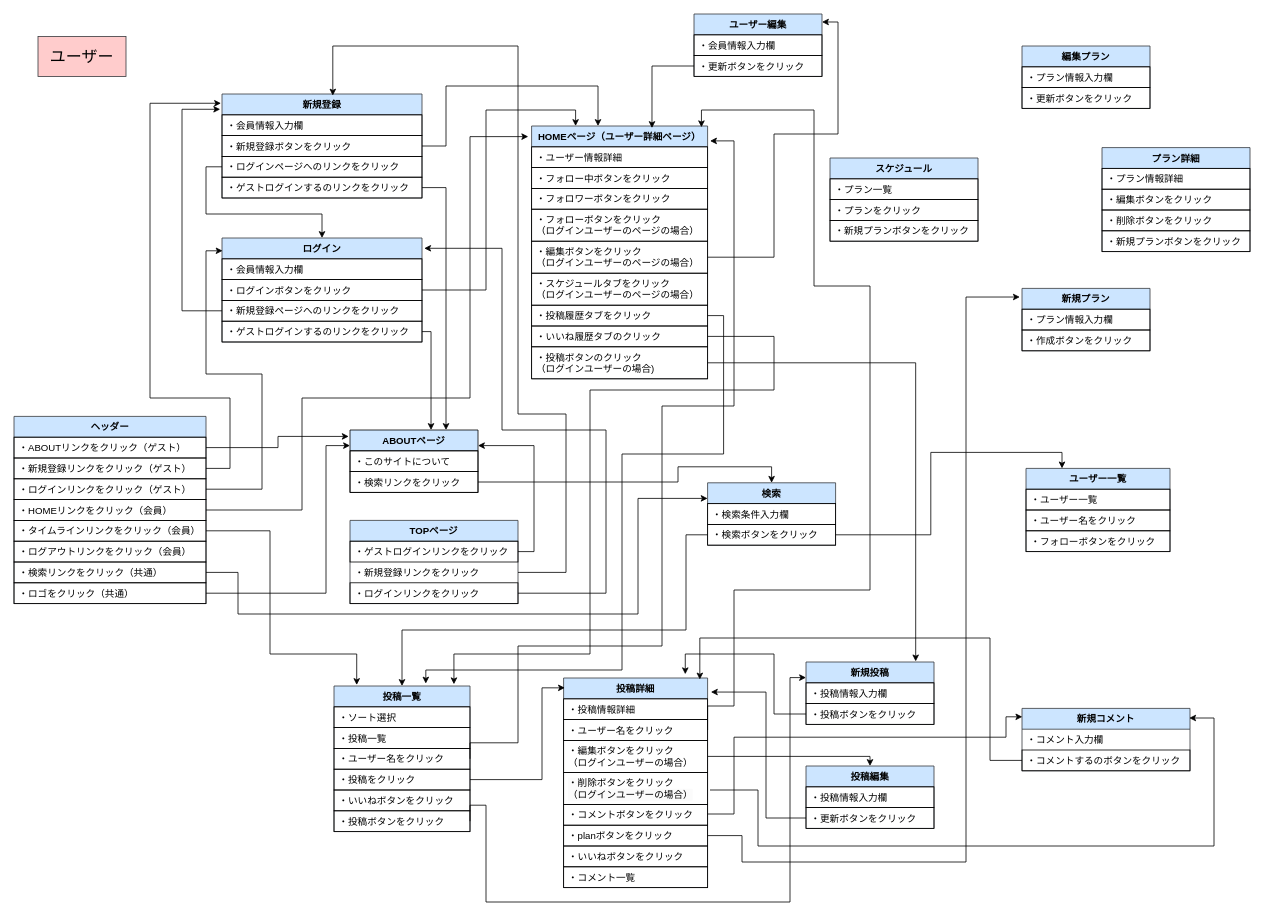
Earlier version of the draw.io diagram page "user" (1 of 2) of ui_flows.drawio (JunkiYuasa/trip_planning). Source tidied: cells renumbered, new cells numbered last; positions are measured from the earlier drawing's top-left corner, leaving out a move shared by most shapes. Both pictures are drawn from the tidied source at 80%, with x=0, y=0 at pixel (14, 14).
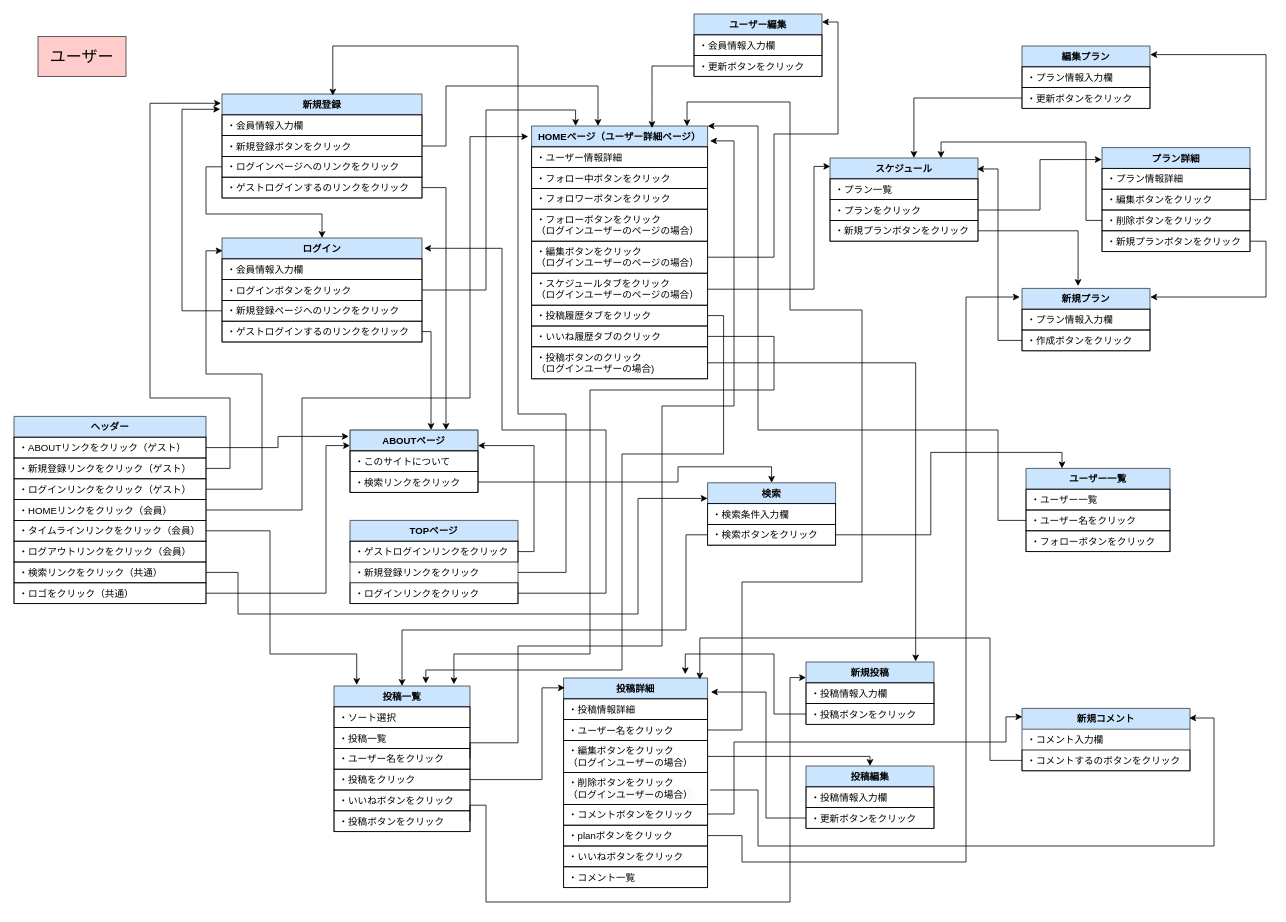
The same page after the edit.

Commit message (it also covers changes not shown here):
ui_flows.drawio を更新します

Unchanged cells that the change refers to:
```xml
<mxCell id="29" value="HOMEページ（ユーザー詳細ページ）" style="swimlane;fontStyle=1;align=center;verticalAlign=top;horizontal=1;startSize=26;whiteSpace=wrap;html=1;strokeColor=#36393d;spacingLeft=4;spacingRight=4;fontFamily=Helvetica;fontSize=12;fillColor=#cce5ff;" parent="1" vertex="1">
  <mxGeometry x="647" y="140" width="220" height="316" as="geometry" />
</mxCell>
<mxCell id="35" value="・スケジュールタブをクリック&lt;div&gt;（ログインユーザーのページの場合）&lt;br&gt;&lt;/div&gt;" style="text;strokeColor=default;fillColor=none;align=left;verticalAlign=top;spacingLeft=4;spacingRight=4;overflow=hidden;points=[[0,0.5],[1,0.5]];portConstraint=eastwest;whiteSpace=wrap;html=1;fontFamily=Helvetica;fontSize=12;fontColor=default;" parent="29" vertex="1">
  <mxGeometry y="184" width="220" height="40" as="geometry" />
</mxCell>
<mxCell id="48" value="・ユーザー名をクリック" style="text;strokeColor=default;fillColor=none;align=left;verticalAlign=top;spacingLeft=4;spacingRight=4;overflow=hidden;points=[[0,0.5],[1,0.5]];portConstraint=eastwest;whiteSpace=wrap;html=1;fontFamily=Helvetica;fontSize=12;fontColor=default;" parent="46" vertex="1">
  <mxGeometry y="52" width="180" height="26" as="geometry" />
</mxCell>
<mxCell id="63" value="・ユーザー名をクリック" style="text;strokeColor=default;fillColor=none;align=left;verticalAlign=top;spacingLeft=4;spacingRight=4;overflow=hidden;points=[[0,0.5],[1,0.5]];portConstraint=eastwest;whiteSpace=wrap;html=1;fontFamily=Helvetica;fontSize=12;fontColor=default;" parent="61" vertex="1">
  <mxGeometry y="52" width="180" height="26" as="geometry" />
</mxCell>
<mxCell id="68" value="スケジュール" style="swimlane;fontStyle=1;align=center;verticalAlign=top;horizontal=1;startSize=26;whiteSpace=wrap;html=1;strokeColor=#36393d;spacingLeft=4;spacingRight=4;fontFamily=Helvetica;fontSize=12;fillColor=#cce5ff;" parent="1" vertex="1">
  <mxGeometry x="1020" y="180" width="185" height="104" as="geometry" />
</mxCell>
<mxCell id="70" value="・プランをクリック" style="text;strokeColor=default;fillColor=none;align=left;verticalAlign=top;spacingLeft=4;spacingRight=4;overflow=hidden;points=[[0,0.5],[1,0.5]];portConstraint=eastwest;whiteSpace=wrap;html=1;fontFamily=Helvetica;fontSize=12;fontColor=default;" parent="68" vertex="1">
  <mxGeometry y="52" width="185" height="26" as="geometry" />
</mxCell>
<mxCell id="71" value="・新規プランボタンをクリック" style="text;strokeColor=default;fillColor=none;align=left;verticalAlign=top;spacingLeft=4;spacingRight=4;overflow=hidden;points=[[0,0.5],[1,0.5]];portConstraint=eastwest;whiteSpace=wrap;html=1;fontFamily=Helvetica;fontSize=12;fontColor=default;" parent="68" vertex="1">
  <mxGeometry y="78" width="185" height="26" as="geometry" />
</mxCell>
<mxCell id="72" value="編集プラン" style="swimlane;fontStyle=1;align=center;verticalAlign=top;horizontal=1;startSize=26;whiteSpace=wrap;html=1;strokeColor=#36393d;spacingLeft=4;spacingRight=4;fontFamily=Helvetica;fontSize=12;fillColor=#cce5ff;" parent="1" vertex="1">
  <mxGeometry x="1260" y="40" width="160" height="78" as="geometry" />
</mxCell>
<mxCell id="74" value="・更新ボタンをクリック" style="text;strokeColor=default;fillColor=none;align=left;verticalAlign=top;spacingLeft=4;spacingRight=4;overflow=hidden;points=[[0,0.5],[1,0.5]];portConstraint=eastwest;whiteSpace=wrap;html=1;fontFamily=Helvetica;fontSize=12;fontColor=default;" parent="72" vertex="1">
  <mxGeometry y="52" width="160" height="26" as="geometry" />
</mxCell>
<mxCell id="75" value="新規プラン" style="swimlane;fontStyle=1;align=center;verticalAlign=top;horizontal=1;startSize=26;whiteSpace=wrap;html=1;strokeColor=#36393d;spacingLeft=4;spacingRight=4;fontFamily=Helvetica;fontSize=12;fillColor=#cce5ff;" parent="1" vertex="1">
  <mxGeometry x="1260" y="343" width="160" height="78" as="geometry" />
</mxCell>
<mxCell id="77" value="・作成ボタンをクリック" style="text;strokeColor=default;fillColor=none;align=left;verticalAlign=top;spacingLeft=4;spacingRight=4;overflow=hidden;points=[[0,0.5],[1,0.5]];portConstraint=eastwest;whiteSpace=wrap;html=1;fontFamily=Helvetica;fontSize=12;fontColor=default;" parent="75" vertex="1">
  <mxGeometry y="52" width="160" height="26" as="geometry" />
</mxCell>
<mxCell id="78" value="プラン詳細" style="swimlane;fontStyle=1;align=center;verticalAlign=top;horizontal=1;startSize=26;whiteSpace=wrap;html=1;strokeColor=#36393d;spacingLeft=4;spacingRight=4;fontFamily=Helvetica;fontSize=12;fillColor=#cce5ff;" parent="1" vertex="1">
  <mxGeometry x="1360" y="167" width="185" height="130" as="geometry" />
</mxCell>
<mxCell id="80" value="・編集ボタンをクリック" style="text;strokeColor=default;fillColor=none;align=left;verticalAlign=top;spacingLeft=4;spacingRight=4;overflow=hidden;points=[[0,0.5],[1,0.5]];portConstraint=eastwest;whiteSpace=wrap;html=1;fontFamily=Helvetica;fontSize=12;fontColor=default;" parent="78" vertex="1">
  <mxGeometry y="52" width="185" height="26" as="geometry" />
</mxCell>
<mxCell id="81" value="・削除ボタンをクリック" style="text;strokeColor=default;fillColor=none;align=left;verticalAlign=top;spacingLeft=4;spacingRight=4;overflow=hidden;points=[[0,0.5],[1,0.5]];portConstraint=eastwest;whiteSpace=wrap;html=1;fontFamily=Helvetica;fontSize=12;fontColor=default;" parent="78" vertex="1">
  <mxGeometry y="78" width="185" height="26" as="geometry" />
</mxCell>
<mxCell id="82" value="・新規プランボタンをクリック" style="text;strokeColor=default;fillColor=none;align=left;verticalAlign=top;spacingLeft=4;spacingRight=4;overflow=hidden;points=[[0,0.5],[1,0.5]];portConstraint=eastwest;whiteSpace=wrap;html=1;fontFamily=Helvetica;fontSize=12;fontColor=default;" parent="78" vertex="1">
  <mxGeometry y="104" width="185" height="26" as="geometry" />
</mxCell>
<mxCell id="86" value="新規コメント" style="swimlane;fontStyle=1;align=center;verticalAlign=top;horizontal=1;startSize=26;whiteSpace=wrap;html=1;strokeColor=#36393d;spacingLeft=4;spacingRight=4;fontFamily=Helvetica;fontSize=12;fillColor=#cce5ff;" parent="1" vertex="1">
  <mxGeometry x="1260" y="868" width="210" height="78" as="geometry" />
</mxCell>
```

The edit, as a diff of the source:
```diff
@@
-    <mxCell id="107" style="edgeStyle=orthogonalEdgeStyle;rounded=0;jettySize=auto;html=1;exitX=1;exitY=0.5;exitDx=0;exitDy=0;entryX=0.965;entryY=0.005;entryDx=0;entryDy=0;entryPerimeter=0;" parent="1" edge="1" source="48" target="29">
-      <mxGeometry relative="1" as="geometry">
-        <Array as="points">
-          <mxPoint x="900" y="865" />
-          <mxPoint x="900" y="720" />
-          <mxPoint x="1070" y="720" />
-          <mxPoint x="1070" y="340" />
-          <mxPoint x="1000" y="340" />
-          <mxPoint x="1000" y="120" />
-          <mxPoint x="859" y="120" />
-        </Array>
-      </mxGeometry>
-    </mxCell>
@@
     <mxCell id="120" style="edgeStyle=orthogonalEdgeStyle;rounded=0;jettySize=auto;html=1;entryX=0.002;entryY=0.135;entryDx=0;entryDy=0;entryPerimeter=0;" parent="1" edge="1" target="86">
       <mxGeometry relative="1" as="geometry">
         <mxPoint x="867" y="1000" as="sourcePoint" />
         <Array as="points">
           <mxPoint x="900" y="1000" />
-          <mxPoint x="900" y="904" />
-          <mxPoint x="1240" y="904" />
+          <mxPoint x="900" y="910" />
+          <mxPoint x="1240" y="910" />
           <mxPoint x="1240" y="879" />
         </Array>
       </mxGeometry>
     </mxCell>
@@
+    <mxCell id="107" style="edgeStyle=orthogonalEdgeStyle;rounded=0;jettySize=auto;html=1;exitX=1;exitY=0.5;exitDx=0;exitDy=0;entryX=0.883;entryY=0.001;entryDx=0;entryDy=0;entryPerimeter=0;" parent="1" edge="1" source="48" target="29">
+      <mxGeometry relative="1" as="geometry">
+        <Array as="points">
+          <mxPoint x="910" y="895" />
+          <mxPoint x="910" y="710" />
+          <mxPoint x="1060" y="710" />
+          <mxPoint x="1060" y="370" />
+          <mxPoint x="970" y="370" />
+          <mxPoint x="970" y="110" />
+          <mxPoint x="841" y="110" />
+        </Array>
+      </mxGeometry>
+    </mxCell>
+    <mxCell id="124" style="edgeStyle=orthogonalEdgeStyle;rounded=0;jettySize=auto;html=1;exitX=0;exitY=0.5;exitDx=0;exitDy=0;entryX=1;entryY=0;entryDx=0;entryDy=0;" parent="1" edge="1" source="63" target="29">
+      <mxGeometry relative="1" as="geometry">
+        <Array as="points">
+          <mxPoint x="1230" y="633" />
+          <mxPoint x="1230" y="520" />
+          <mxPoint x="930" y="520" />
+          <mxPoint x="930" y="140" />
+        </Array>
+      </mxGeometry>
+    </mxCell>
+    <mxCell id="125" style="edgeStyle=orthogonalEdgeStyle;rounded=0;jettySize=auto;html=1;exitX=0;exitY=0.5;exitDx=0;exitDy=0;entryX=0.994;entryY=0.132;entryDx=0;entryDy=0;entryPerimeter=0;" parent="1" edge="1" source="77" target="68">
+      <mxGeometry relative="1" as="geometry">
+        <Array as="points">
+          <mxPoint x="1230" y="408" />
+          <mxPoint x="1230" y="194" />
+        </Array>
+      </mxGeometry>
+    </mxCell>
+    <mxCell id="126" style="edgeStyle=orthogonalEdgeStyle;rounded=0;jettySize=auto;html=1;exitX=1;exitY=0.5;exitDx=0;exitDy=0;entryX=0.002;entryY=0.101;entryDx=0;entryDy=0;entryPerimeter=0;" parent="1" edge="1" source="35" target="68">
+      <mxGeometry relative="1" as="geometry">
+        <Array as="points">
+          <mxPoint x="1000" y="344" />
+          <mxPoint x="1000" y="191" />
+        </Array>
+      </mxGeometry>
+    </mxCell>
+    <mxCell id="127" style="edgeStyle=orthogonalEdgeStyle;rounded=0;jettySize=auto;html=1;exitX=1;exitY=0.5;exitDx=0;exitDy=0;entryX=-0.002;entryY=0.115;entryDx=0;entryDy=0;entryPerimeter=0;" parent="1" edge="1" source="70" target="78">
+      <mxGeometry relative="1" as="geometry" />
+    </mxCell>
+    <mxCell id="128" style="edgeStyle=orthogonalEdgeStyle;rounded=0;jettySize=auto;html=1;exitX=1;exitY=0.5;exitDx=0;exitDy=0;entryX=0.438;entryY=-0.038;entryDx=0;entryDy=0;entryPerimeter=0;" parent="1" edge="1" source="71" target="75">
+      <mxGeometry relative="1" as="geometry" />
+    </mxCell>
+    <mxCell id="129" style="edgeStyle=orthogonalEdgeStyle;rounded=0;jettySize=auto;html=1;exitX=0;exitY=0.5;exitDx=0;exitDy=0;entryX=0.75;entryY=0;entryDx=0;entryDy=0;" parent="1" edge="1" source="81" target="68">
+      <mxGeometry relative="1" as="geometry">
+        <Array as="points">
+          <mxPoint x="1340" y="258" />
+          <mxPoint x="1340" y="160" />
+          <mxPoint x="1159" y="160" />
+        </Array>
+      </mxGeometry>
+    </mxCell>
+    <mxCell id="130" style="edgeStyle=orthogonalEdgeStyle;rounded=0;jettySize=auto;html=1;exitX=1;exitY=0.5;exitDx=0;exitDy=0;entryX=1.002;entryY=0.138;entryDx=0;entryDy=0;entryPerimeter=0;" parent="1" edge="1" source="80" target="72">
+      <mxGeometry relative="1" as="geometry" />
+    </mxCell>
+    <mxCell id="131" style="edgeStyle=orthogonalEdgeStyle;rounded=0;jettySize=auto;html=1;exitX=1;exitY=0.5;exitDx=0;exitDy=0;entryX=1.002;entryY=0.138;entryDx=0;entryDy=0;entryPerimeter=0;" parent="1" edge="1" source="82" target="75">
+      <mxGeometry relative="1" as="geometry" />
+    </mxCell>
+    <mxCell id="132" style="edgeStyle=orthogonalEdgeStyle;rounded=0;jettySize=auto;html=1;exitX=0;exitY=0.5;exitDx=0;exitDy=0;entryX=0.567;entryY=-0.001;entryDx=0;entryDy=0;entryPerimeter=0;" parent="1" edge="1" source="74" target="68">
+      <mxGeometry relative="1" as="geometry" />
+    </mxCell>
```
